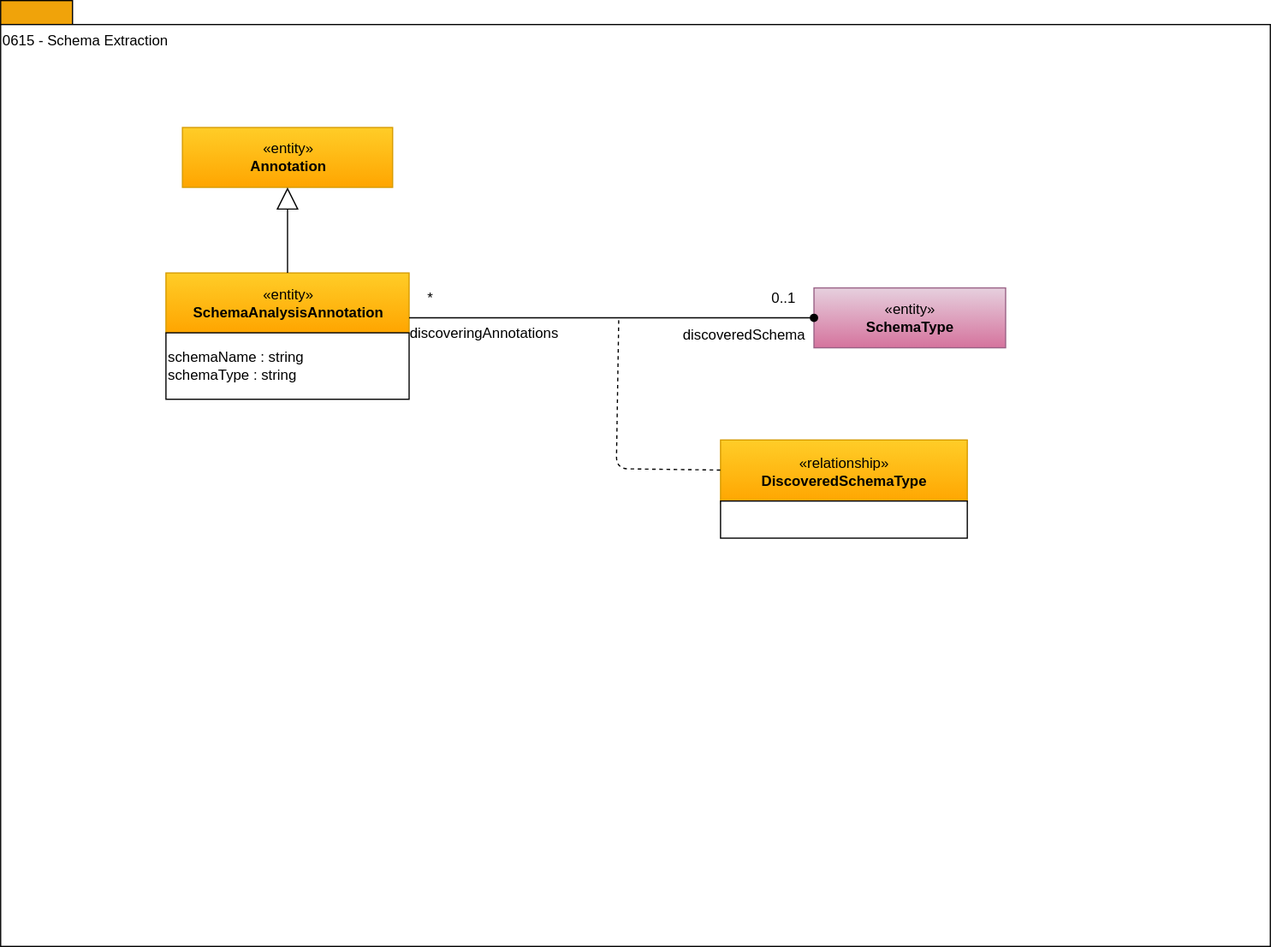
odpi/egeria-docs keeps this draw.io diagram as site/docs/types/6/0615-Schema-Extraction.svg. Above is the earlier version. Source tidied: cells renumbered, new cells last; positions are measured from the earlier drawing's top-left corner, leaving out a move shared by most shapes. Source of this version:
```xml
<mxGraphModel>
  <root>
    <mxCell id="0" />
    <mxCell id="1" parent="0" />
    <mxCell id="2" style="rounded=0;whiteSpace=wrap;html=1;align=left;fillColor=#f0a30a;strokeColor=#000000;fontColor=#ffffff;" parent="1" vertex="1">
      <mxGeometry width="60" height="20" as="geometry" />
    </mxCell>
    <mxCell id="3" value="0615 - Schema Extraction" style="rounded=0;whiteSpace=wrap;html=1;align=left;verticalAlign=top;" parent="1" vertex="1">
      <mxGeometry y="20" width="1060" height="770" as="geometry" />
    </mxCell>
    <mxCell id="4" value="«entity»&lt;br&gt;&lt;b&gt;SchemaAnalysisAnnotation&lt;/b&gt;" style="html=1;strokeColor=#d79b00;align=center;fillColor=#ffcd28;gradientColor=#ffa500;" parent="1" vertex="1">
      <mxGeometry x="138" y="227.5" width="203" height="50" as="geometry" />
    </mxCell>
    <mxCell id="5" value="schemaName : string&lt;br&gt;schemaType : string&lt;br&gt;" style="rounded=0;whiteSpace=wrap;html=1;strokeColor=#000000;gradientColor=#ffffff;align=left;" parent="1" vertex="1">
      <mxGeometry x="138" y="277.5" width="203" height="55.5" as="geometry" />
    </mxCell>
    <mxCell id="6" value="«entity»&lt;br&gt;&lt;b&gt;Annotation&lt;/b&gt;" style="html=1;strokeColor=#d79b00;align=center;fillColor=#ffcd28;gradientColor=#ffa500;" parent="1" vertex="1">
      <mxGeometry x="151.8" y="106" width="175.5" height="50" as="geometry" />
    </mxCell>
    <mxCell id="7" style="edgeStyle=orthogonalEdgeStyle;rounded=0;jettySize=auto;html=1;endArrow=block;endFill=0;endSize=16;entryX=0.5;entryY=1;entryDx=0;entryDy=0;exitX=0.5;exitY=0;exitDx=0;exitDy=0;" parent="1" edge="1" source="4" target="6">
      <mxGeometry relative="1" as="geometry" />
    </mxCell>
    <mxCell id="8" value="«entity»&lt;br&gt;&lt;b&gt;SchemaType&lt;/b&gt;" style="html=1;strokeColor=#996185;align=center;fillColor=#e6d0de;gradientColor=#d5739d;" parent="1" vertex="1">
      <mxGeometry x="679" y="240" width="160" height="50" as="geometry" />
    </mxCell>
    <mxCell id="9" value="discoveringAnnotations" style="text;html=1;strokeColor=none;fillColor=none;align=center;verticalAlign=middle;whiteSpace=wrap;rounded=0;" parent="1" vertex="1">
      <mxGeometry x="341" y="268" width="126" height="20" as="geometry" />
    </mxCell>
    <mxCell id="10" value="*" style="text;html=1;strokeColor=none;fillColor=none;align=center;verticalAlign=middle;whiteSpace=wrap;rounded=0;" parent="1" vertex="1">
      <mxGeometry x="346" y="240" width="26" height="18" as="geometry" />
    </mxCell>
    <mxCell id="11" value="0..1" style="text;html=1;strokeColor=none;fillColor=none;align=center;verticalAlign=middle;whiteSpace=wrap;rounded=0;" parent="1" vertex="1">
      <mxGeometry x="634" y="239" width="40" height="20" as="geometry" />
    </mxCell>
    <mxCell id="12" value="«relationship»&lt;br&gt;&lt;b&gt;DiscoveredSchemaType&lt;/b&gt;" style="html=1;strokeColor=#d79b00;align=center;fillColor=#ffcd28;gradientColor=#ffa500;" parent="1" vertex="1">
      <mxGeometry x="601" y="367" width="206" height="53" as="geometry" />
    </mxCell>
    <mxCell id="13" style="endArrow=none;dashed=1;html=1;" parent="1" edge="1" target="12">
      <mxGeometry relative="1" as="geometry">
        <mxPoint x="516" y="267" as="sourcePoint" />
        <Array as="points">
          <mxPoint x="514" y="391" />
        </Array>
      </mxGeometry>
    </mxCell>
    <mxCell id="14" style="rounded=0;whiteSpace=wrap;html=1;align=left;" parent="1" vertex="1">
      <mxGeometry x="601" y="418" width="206" height="31" as="geometry" />
    </mxCell>
    <mxCell id="15" value="discoveredSchema" style="text;html=1;strokeColor=none;fillColor=none;align=center;verticalAlign=middle;whiteSpace=wrap;rounded=0;" parent="1" vertex="1">
      <mxGeometry x="573" y="270" width="95.8" height="20" as="geometry" />
    </mxCell>
    <mxCell id="16" style="edgeStyle=orthogonalEdgeStyle;rounded=0;html=1;entryX=1;entryY=0.75;endArrow=none;endFill=0;jettySize=auto;entryDx=0;entryDy=0;startArrow=oval;startFill=1;" parent="1" edge="1" source="8" target="4">
      <mxGeometry relative="1" as="geometry" />
    </mxCell>
  </root>
</mxGraphModel>
```
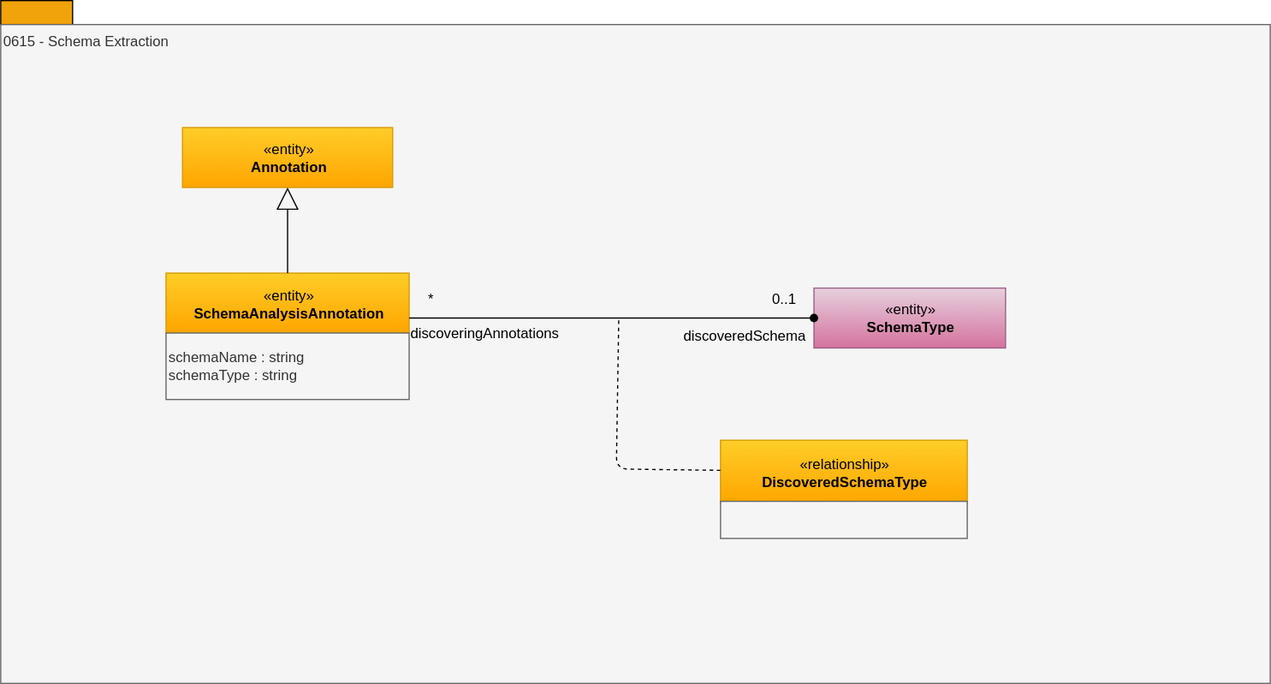
The same diagram one commit later.

Diff of the diagram source:
```diff
@@ -5,13 +5,13 @@
     <mxCell id="2" style="rounded=0;whiteSpace=wrap;html=1;align=left;fillColor=#f0a30a;strokeColor=#000000;fontColor=#ffffff;" parent="1" vertex="1">
       <mxGeometry width="60" height="20" as="geometry" />
     </mxCell>
-    <mxCell id="3" value="0615 - Schema Extraction" style="rounded=0;whiteSpace=wrap;html=1;align=left;verticalAlign=top;" parent="1" vertex="1">
-      <mxGeometry y="20" width="1060" height="770" as="geometry" />
+    <mxCell id="3" value="0615 - Schema Extraction" style="rounded=0;whiteSpace=wrap;html=1;align=left;verticalAlign=top;fillColor=#f5f5f5;fontColor=#333333;strokeColor=#666666;" parent="1" vertex="1">
+      <mxGeometry y="20" width="1060" height="550" as="geometry" />
     </mxCell>
     <mxCell id="4" value="«entity»&lt;br&gt;&lt;b&gt;SchemaAnalysisAnnotation&lt;/b&gt;" style="html=1;strokeColor=#d79b00;align=center;fillColor=#ffcd28;gradientColor=#ffa500;" parent="1" vertex="1">
       <mxGeometry x="138" y="227.5" width="203" height="50" as="geometry" />
     </mxCell>
-    <mxCell id="5" value="schemaName : string&lt;br&gt;schemaType : string&lt;br&gt;" style="rounded=0;whiteSpace=wrap;html=1;strokeColor=#000000;gradientColor=#ffffff;align=left;" parent="1" vertex="1">
+    <mxCell id="5" value="schemaName : string&lt;br&gt;schemaType : string&lt;br&gt;" style="rounded=0;whiteSpace=wrap;html=1;strokeColor=#666666;align=left;fillColor=#f5f5f5;fontColor=#333333;" parent="1" vertex="1">
       <mxGeometry x="138" y="277.5" width="203" height="55.5" as="geometry" />
     </mxCell>
     <mxCell id="6" value="«entity»&lt;br&gt;&lt;b&gt;Annotation&lt;/b&gt;" style="html=1;strokeColor=#d79b00;align=center;fillColor=#ffcd28;gradientColor=#ffa500;" parent="1" vertex="1">
@@ -43,7 +43,7 @@
         </Array>
       </mxGeometry>
     </mxCell>
-    <mxCell id="14" style="rounded=0;whiteSpace=wrap;html=1;align=left;" parent="1" vertex="1">
+    <mxCell id="14" style="rounded=0;whiteSpace=wrap;html=1;align=left;fillColor=#f5f5f5;fontColor=#333333;strokeColor=#666666;" parent="1" vertex="1">
       <mxGeometry x="601" y="418" width="206" height="31" as="geometry" />
     </mxCell>
     <mxCell id="15" value="discoveredSchema" style="text;html=1;strokeColor=none;fillColor=none;align=center;verticalAlign=middle;whiteSpace=wrap;rounded=0;" parent="1" vertex="1">
```
